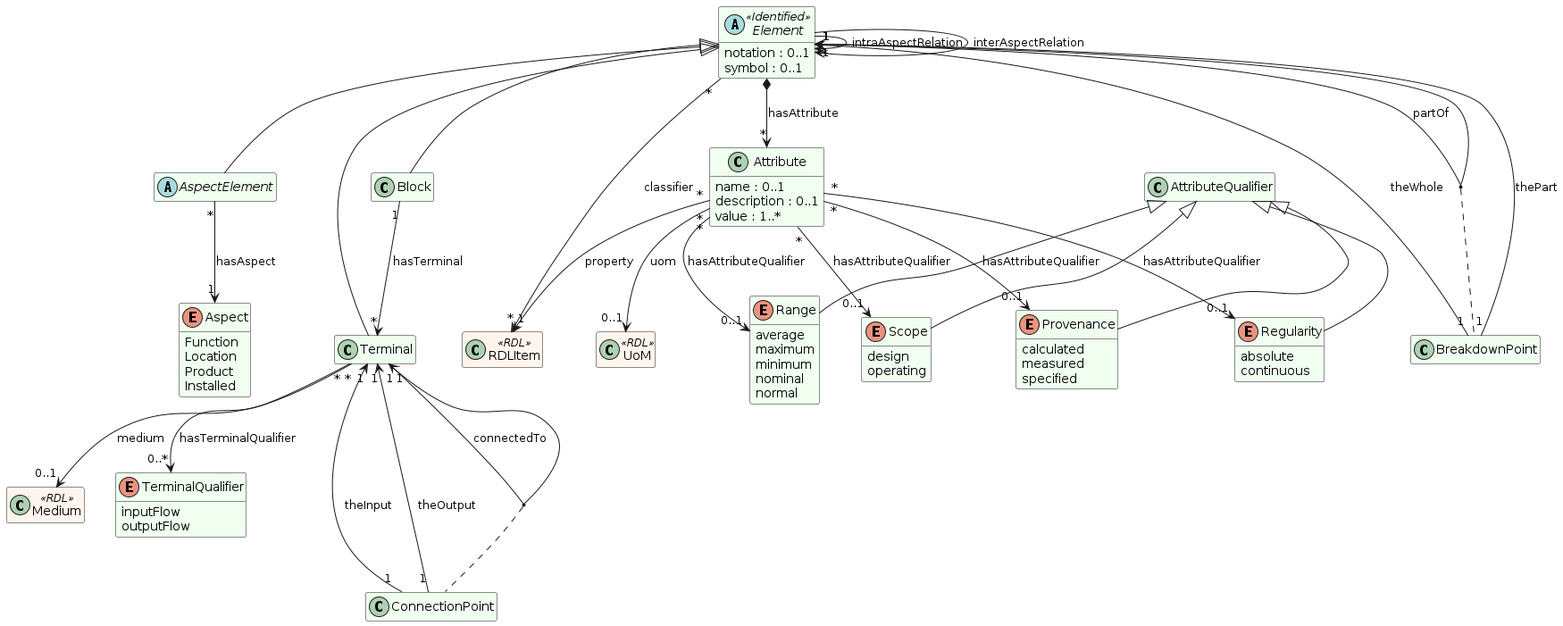
imf-lab/imf-ontology-semweb keeps this PlantUML diagram as out/owl/imf-ontology.png. Above is the earlier version.
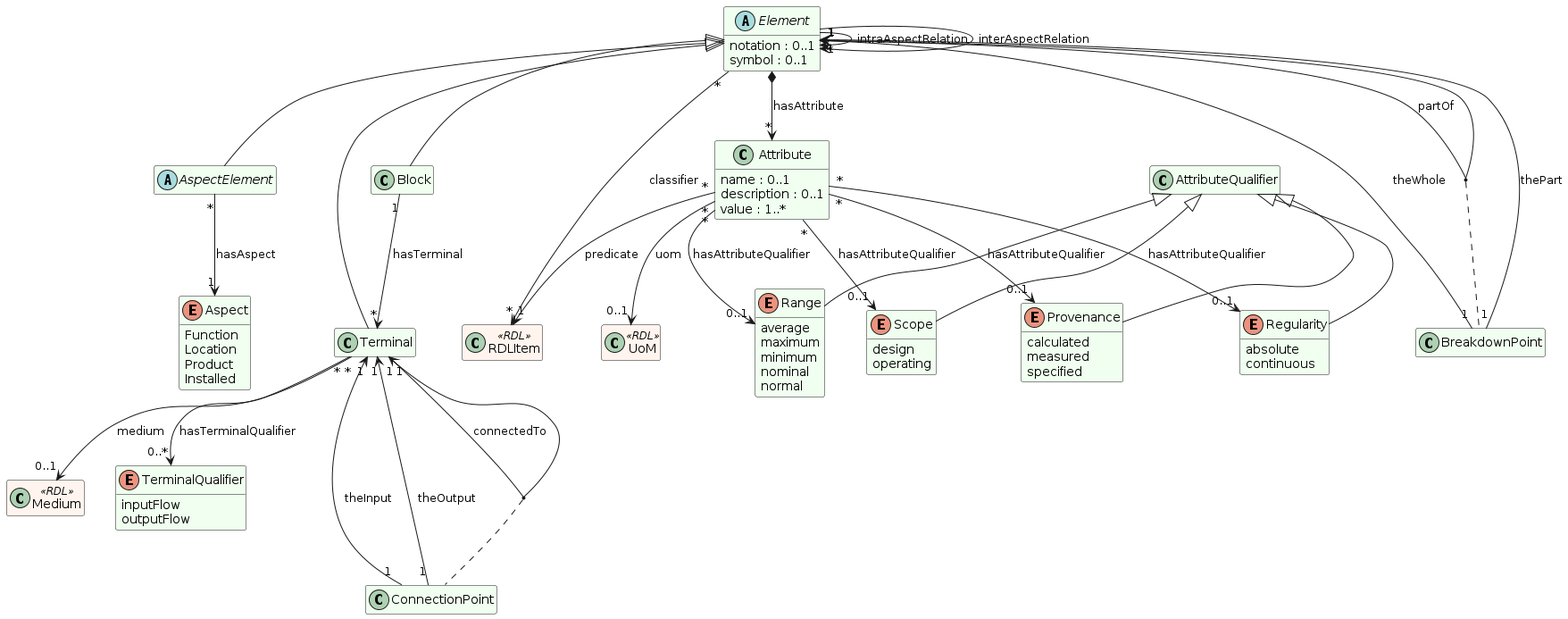
Above is the later version.

Change to the diagram source:
```diff
@@ -47,7 +47,7 @@
 
 
 
-abstract class Element << Identified >> {
+abstract class Element {
   notation : 0..1
   symbol : 0..1
 }
@@ -113,7 +113,7 @@
 class RDLItem <<RDL >>
 
 Attribute "*" --> "0..1" UoM : uom
-Attribute "*" --> "1" RDLItem : property
+Attribute "*" --> "1" RDLItem : predicate
 
 Attribute "*" --> "0..1" Provenance : hasAttributeQualifier
 Attribute "*" --> "0..1" Range : hasAttributeQualifier
```
